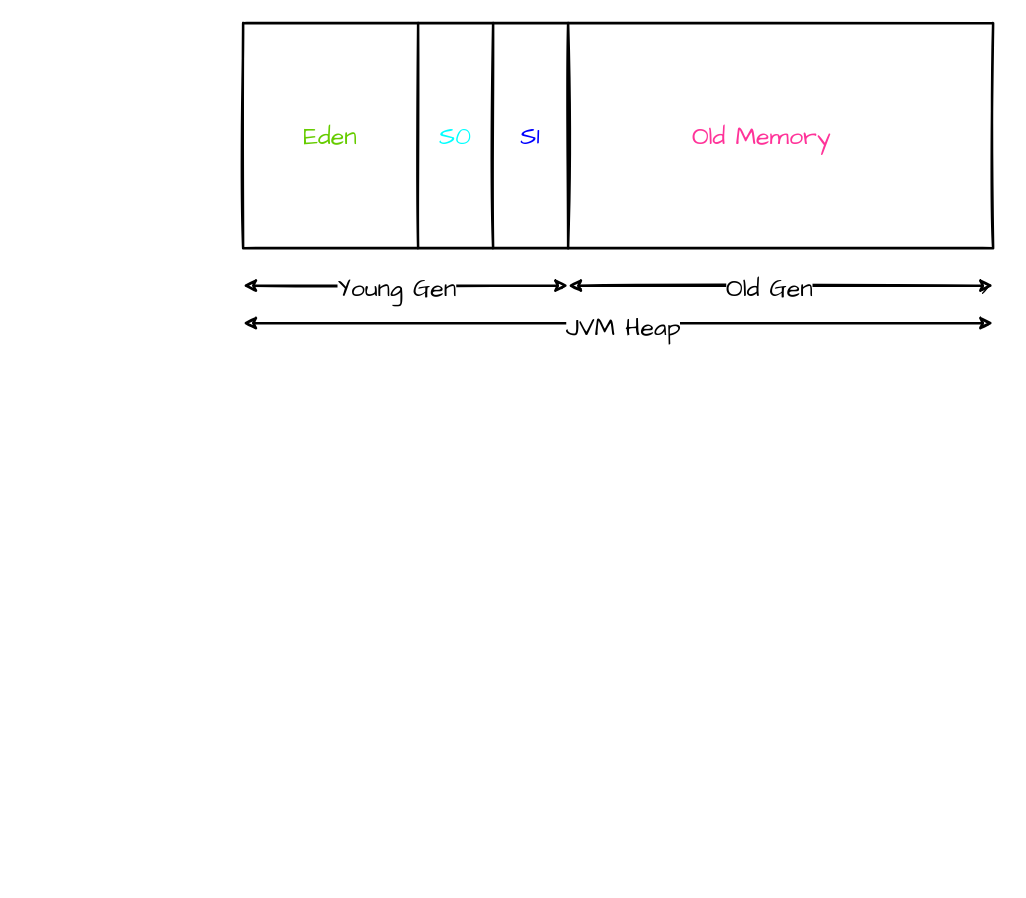
bboysun/DOC_CENTER keeps this draw.io diagram as image/heap001.drawio. Above is the earlier version. Source tidied: cells renumbered, new cells numbered last; positions are measured from the earlier drawing's top-left corner, leaving out a move shared by most shapes. Both pictures are drawn from the tidied source at 125%, with x=0, y=0 at pixel (242, 22).
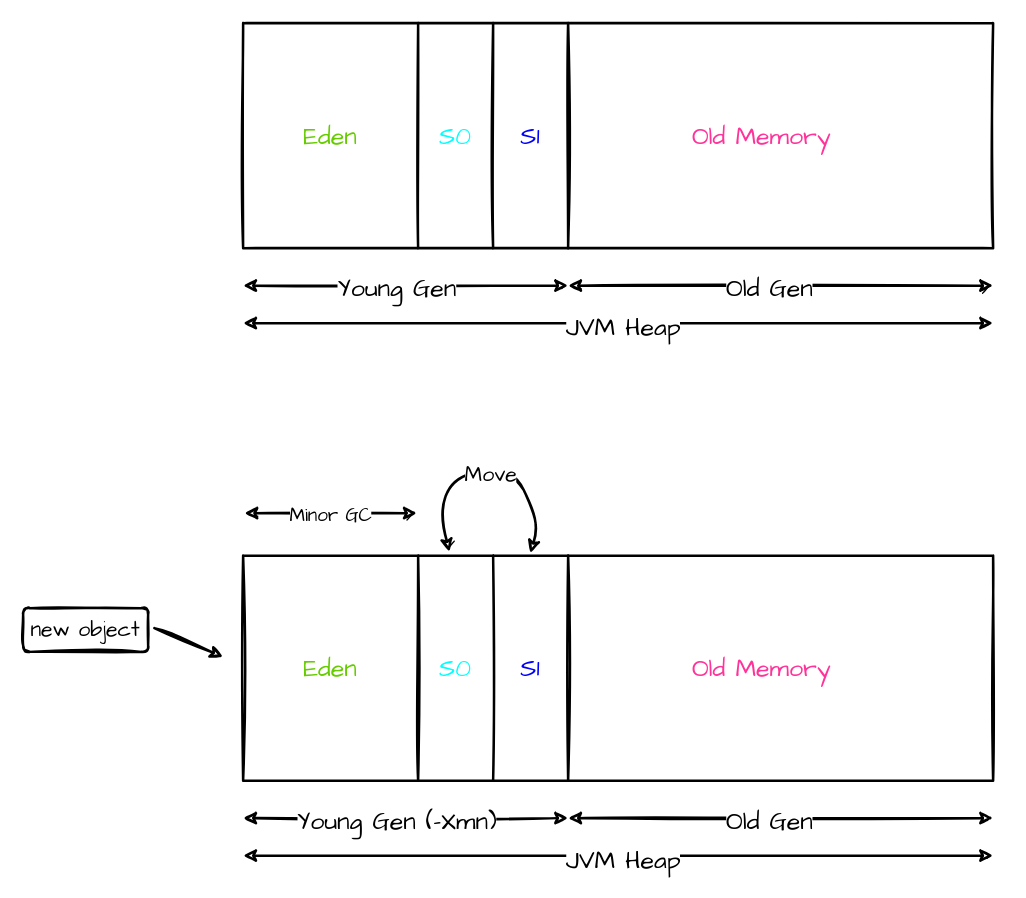
After the change.

Commit message (it also covers changes not shown here):
完成堆空间新生代图解

The edit, as a diff of the source:
```diff
@@
+    <mxCell id="16" style="rounded=0;whiteSpace=wrap;html=1;sketch=1;strokeWidth=2;" parent="1" vertex="1">
+      <mxGeometry y="426" width="600" height="180" as="geometry" />
+    </mxCell>
+    <mxCell id="17" style="endArrow=none;html=1;rounded=0;sketch=1;strokeWidth=2;entryX=0.75;entryY=0;entryDx=0;entryDy=0;exitX=0.75;exitY=1;exitDx=0;exitDy=0;" parent="1" edge="1">
+      <mxGeometry relative="1" as="geometry">
+        <mxPoint x="200" y="606" as="sourcePoint" />
+        <mxPoint x="200" y="426" as="targetPoint" />
+      </mxGeometry>
+    </mxCell>
+    <mxCell id="18" style="endArrow=none;html=1;rounded=0;sketch=1;strokeWidth=2;entryX=0.75;entryY=0;entryDx=0;entryDy=0;exitX=0.75;exitY=1;exitDx=0;exitDy=0;" parent="1" edge="1">
+      <mxGeometry relative="1" as="geometry">
+        <mxPoint x="260" y="606" as="sourcePoint" />
+        <mxPoint x="260" y="426" as="targetPoint" />
+      </mxGeometry>
+    </mxCell>
+    <mxCell id="19" style="endArrow=none;html=1;rounded=0;sketch=1;strokeWidth=2;entryX=0.75;entryY=0;entryDx=0;entryDy=0;exitX=0.75;exitY=1;exitDx=0;exitDy=0;" parent="1" edge="1">
+      <mxGeometry relative="1" as="geometry">
+        <mxPoint x="140" y="606" as="sourcePoint" />
+        <mxPoint x="140" y="426" as="targetPoint" />
+      </mxGeometry>
+    </mxCell>
+    <mxCell id="20" value="&lt;font face=&quot;Comic Sans MS&quot; color=&quot;#66cc00&quot;&gt;Eden&lt;/font&gt;" style="text;html=1;strokeColor=none;fillColor=none;align=center;verticalAlign=middle;whiteSpace=wrap;rounded=0;sketch=1;fontSize=20;" parent="1" vertex="1">
+      <mxGeometry x="40" y="501" width="60" height="30" as="geometry" />
+    </mxCell>
+    <mxCell id="21" value="&lt;font color=&quot;#00ffff&quot;&gt;S0&lt;/font&gt;" style="text;html=1;strokeColor=none;fillColor=none;align=center;verticalAlign=middle;whiteSpace=wrap;rounded=0;sketch=1;fontFamily=Comic Sans MS;fontSize=20;" parent="1" vertex="1">
+      <mxGeometry x="140" y="501" width="60" height="30" as="geometry" />
+    </mxCell>
+    <mxCell id="22" value="&lt;font color=&quot;#0000ff&quot;&gt;S1&lt;/font&gt;" style="text;html=1;strokeColor=none;fillColor=none;align=center;verticalAlign=middle;whiteSpace=wrap;rounded=0;sketch=1;fontFamily=Comic Sans MS;fontSize=20;" parent="1" vertex="1">
+      <mxGeometry x="200" y="501" width="60" height="30" as="geometry" />
+    </mxCell>
+    <mxCell id="23" value="&lt;font face=&quot;Comic Sans MS&quot; color=&quot;#ff3399&quot;&gt;Old Memory&lt;/font&gt;" style="text;html=1;strokeColor=none;fillColor=none;align=center;verticalAlign=middle;whiteSpace=wrap;rounded=0;sketch=1;fontSize=20;" parent="1" vertex="1">
+      <mxGeometry x="350" y="501" width="130" height="30" as="geometry" />
+    </mxCell>
+    <mxCell id="24" style="endArrow=classic;startArrow=classic;html=1;rounded=0;sketch=1;fontFamily=Comic Sans MS;fontSize=20;strokeWidth=2;" parent="1" edge="1">
+      <mxGeometry relative="1" as="geometry">
+        <mxPoint y="636" as="sourcePoint" />
+        <mxPoint x="260" y="636" as="targetPoint" />
+      </mxGeometry>
+    </mxCell>
+    <mxCell id="25" value="Young Gen (-Xmn)" style="edgeLabel;html=1;align=center;verticalAlign=middle;fontSize=20;fontFamily=Comic Sans MS;" parent="24" vertex="1">
+      <mxGeometry x="-0.06" y="-1" relative="1" as="geometry" />
+    </mxCell>
+    <mxCell id="26" style="endArrow=classic;startArrow=classic;html=1;rounded=0;sketch=1;fontFamily=Comic Sans MS;fontSize=20;strokeWidth=2;" parent="1" edge="1">
+      <mxGeometry relative="1" as="geometry">
+        <mxPoint y="666" as="sourcePoint" />
+        <mxPoint x="600" y="666" as="targetPoint" />
+      </mxGeometry>
+    </mxCell>
+    <mxCell id="27" value="JVM Heap" style="edgeLabel;html=1;align=center;verticalAlign=middle;fontSize=20;fontFamily=Comic Sans MS;" parent="26" vertex="1">
+      <mxGeometry x="0.01" y="-2" relative="1" as="geometry" />
+    </mxCell>
+    <mxCell id="28" style="endArrow=classic;startArrow=classic;html=1;rounded=0;sketch=1;fontFamily=Comic Sans MS;fontSize=20;strokeWidth=2;" parent="1" edge="1">
+      <mxGeometry relative="1" as="geometry">
+        <mxPoint x="260" y="636" as="sourcePoint" />
+        <mxPoint x="600" y="636" as="targetPoint" />
+      </mxGeometry>
+    </mxCell>
+    <mxCell id="29" value="Old Gen" style="edgeLabel;html=1;align=center;verticalAlign=middle;fontSize=20;fontFamily=Comic Sans MS;" parent="28" vertex="1">
+      <mxGeometry x="-0.06" y="-1" relative="1" as="geometry" />
+    </mxCell>
+    <mxCell id="30" style="curved=1;endArrow=classic;html=1;rounded=0;sketch=1;fontFamily=Comic Sans MS;fontSize=20;fontColor=#FF3399;strokeWidth=2;entryX=0.383;entryY=-0.011;entryDx=0;entryDy=0;entryPerimeter=0;exitX=0.275;exitY=-0.017;exitDx=0;exitDy=0;exitPerimeter=0;startArrow=classic;startFill=1;" parent="1" edge="1" source="16" target="16">
+      <mxGeometry relative="1" as="geometry">
+        <Array as="points">
+          <mxPoint x="153" y="371" />
+          <mxPoint x="211" y="350" />
+          <mxPoint x="238" y="397" />
+        </Array>
+      </mxGeometry>
+    </mxCell>
+    <mxCell id="31" value="&lt;font color=&quot;#000000&quot; style=&quot;font-size: 17px&quot;&gt;Move&lt;/font&gt;" style="edgeLabel;html=1;align=center;verticalAlign=middle;fontSize=20;fontFamily=Comic Sans MS;fontColor=#FF3399;" parent="30" vertex="1">
+      <mxGeometry x="-0.01" y="-4" relative="1" as="geometry">
+        <mxPoint x="1" as="offset" />
+      </mxGeometry>
+    </mxCell>
+    <mxCell id="32" style="endArrow=classic;startArrow=classic;html=1;rounded=0;sketch=1;fontFamily=Comic Sans MS;fontSize=20;strokeWidth=2;" parent="1" edge="1">
+      <mxGeometry relative="1" as="geometry">
+        <mxPoint x="1" y="392" as="sourcePoint" />
+        <mxPoint x="139" y="392" as="targetPoint" />
+      </mxGeometry>
+    </mxCell>
+    <mxCell id="33" value="&lt;font style=&quot;font-size: 15px&quot;&gt;Minor GC&lt;/font&gt;" style="edgeLabel;html=1;align=center;verticalAlign=middle;fontSize=20;fontFamily=Comic Sans MS;" parent="32" vertex="1">
+      <mxGeometry x="-0.06" y="-1" relative="1" as="geometry">
+        <mxPoint x="3" y="-2" as="offset" />
+      </mxGeometry>
+    </mxCell>
+    <mxCell id="34" style="endArrow=classic;html=1;rounded=0;sketch=1;fontFamily=Comic Sans MS;fontSize=17;fontColor=#000000;strokeWidth=2;" parent="1" edge="1">
+      <mxGeometry relative="1" as="geometry">
+        <mxPoint x="-71" y="484" as="sourcePoint" />
+        <mxPoint x="-16" y="507" as="targetPoint" />
+      </mxGeometry>
+    </mxCell>
+    <mxCell id="35" value="new object" style="rounded=1;whiteSpace=wrap;html=1;sketch=1;fontFamily=Comic Sans MS;fontSize=17;fontColor=#000000;strokeWidth=2;" parent="1" vertex="1">
+      <mxGeometry x="-176" y="468" width="100" height="35" as="geometry" />
+    </mxCell>
```
